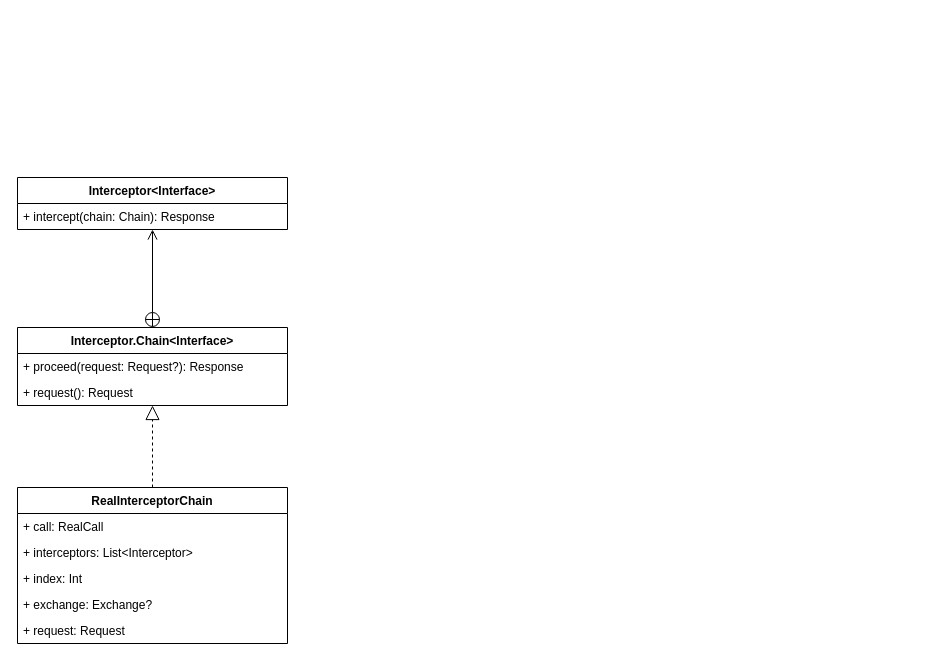
Before: OkHttp-Interceptor-Chain.drawio in Eanam/PointlessDiagram, a draw.io diagram. Source tidied: cells renumbered, new cells numbered last; positions are measured from the earlier drawing's top-left corner, leaving out a move shared by most shapes. Both pictures are drawn from the tidied source at 100%, with x=0, y=0 at pixel (17, 177).
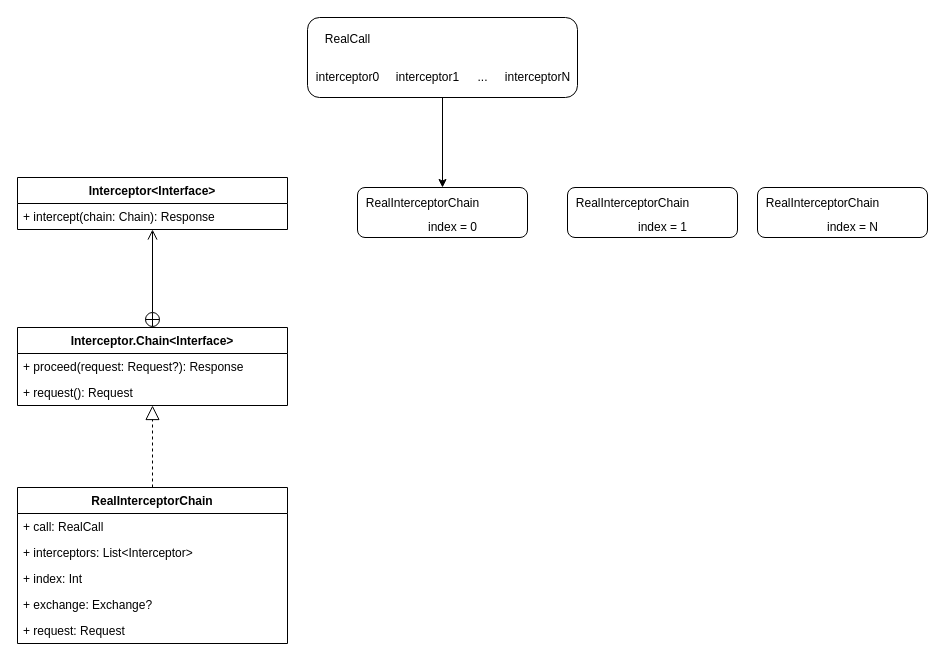
After the change.

Change to the diagram source:
```diff
@@
+    <mxCell id="15" style="group;" parent="1" vertex="1">
+      <mxGeometry x="290" y="-160" width="270" height="80" as="geometry" />
+    </mxCell>
+    <mxCell id="16" style="rounded=1;whiteSpace=wrap;html=1;" parent="15" vertex="1">
+      <mxGeometry width="270" height="80" as="geometry" />
+    </mxCell>
+    <mxCell id="17" value="RealCall" style="text;html=1;align=center;verticalAlign=middle;strokeColor=none;fillColor=none;" parent="15" vertex="1">
+      <mxGeometry x="10" y="12" width="60" height="20" as="geometry" />
+    </mxCell>
+    <mxCell id="18" value="interceptor0" style="text;html=1;align=center;verticalAlign=middle;strokeColor=none;fillColor=none;" parent="15" vertex="1">
+      <mxGeometry y="50" width="80" height="20" as="geometry" />
+    </mxCell>
+    <mxCell id="19" value="interceptor1" style="text;html=1;align=center;verticalAlign=middle;strokeColor=none;fillColor=none;" parent="15" vertex="1">
+      <mxGeometry x="80" y="50" width="80" height="20" as="geometry" />
+    </mxCell>
+    <mxCell id="20" value="interceptorN" style="text;html=1;align=center;verticalAlign=middle;strokeColor=none;fillColor=none;" parent="15" vertex="1">
+      <mxGeometry x="190" y="50" width="80" height="20" as="geometry" />
+    </mxCell>
+    <mxCell id="21" value="..." style="text;html=1;align=center;verticalAlign=middle;strokeColor=none;fillColor=none;" parent="15" vertex="1">
+      <mxGeometry x="160" y="50" width="30" height="20" as="geometry" />
+    </mxCell>
+    <mxCell id="22" style="group;" parent="1" vertex="1">
+      <mxGeometry x="340" y="10" width="170" height="50" as="geometry" />
+    </mxCell>
+    <mxCell id="23" style="rounded=1;whiteSpace=wrap;html=1;" parent="22" vertex="1">
+      <mxGeometry width="170" height="50" as="geometry" />
+    </mxCell>
+    <mxCell id="24" value="RealInterceptorChain" style="text;html=1;align=center;verticalAlign=middle;strokeColor=none;fillColor=none;" parent="22" vertex="1">
+      <mxGeometry y="6" width="130" height="20" as="geometry" />
+    </mxCell>
+    <mxCell id="25" value="index = 0" style="text;html=1;align=center;verticalAlign=middle;strokeColor=none;fillColor=none;" parent="22" vertex="1">
+      <mxGeometry x="65" y="30" width="60" height="20" as="geometry" />
+    </mxCell>
+    <mxCell id="26" style="group;" parent="1" vertex="1">
+      <mxGeometry x="550" y="10" width="170" height="50" as="geometry" />
+    </mxCell>
+    <mxCell id="27" style="rounded=1;whiteSpace=wrap;html=1;" parent="26" vertex="1">
+      <mxGeometry width="170" height="50" as="geometry" />
+    </mxCell>
+    <mxCell id="28" value="RealInterceptorChain" style="text;html=1;align=center;verticalAlign=middle;strokeColor=none;fillColor=none;" parent="26" vertex="1">
+      <mxGeometry y="6" width="130" height="20" as="geometry" />
+    </mxCell>
+    <mxCell id="29" value="index = 1" style="text;html=1;align=center;verticalAlign=middle;strokeColor=none;fillColor=none;" parent="26" vertex="1">
+      <mxGeometry x="65" y="30" width="60" height="20" as="geometry" />
+    </mxCell>
+    <mxCell id="30" style="group;" parent="1" vertex="1">
+      <mxGeometry x="740" y="10" width="170" height="50" as="geometry" />
+    </mxCell>
+    <mxCell id="31" style="rounded=1;whiteSpace=wrap;html=1;" parent="30" vertex="1">
+      <mxGeometry width="170" height="50" as="geometry" />
+    </mxCell>
+    <mxCell id="32" value="RealInterceptorChain" style="text;html=1;align=center;verticalAlign=middle;strokeColor=none;fillColor=none;" parent="30" vertex="1">
+      <mxGeometry y="6" width="130" height="20" as="geometry" />
+    </mxCell>
+    <mxCell id="33" value="index = N" style="text;html=1;align=center;verticalAlign=middle;strokeColor=none;fillColor=none;" parent="30" vertex="1">
+      <mxGeometry x="60" y="30" width="70" height="20" as="geometry" />
+    </mxCell>
+    <mxCell id="34" style="edgeStyle=orthogonalEdgeStyle;rounded=0;jettySize=auto;html=1;entryX=0.5;entryY=0;entryDx=0;entryDy=0;" parent="1" edge="1" source="16" target="23">
+      <mxGeometry relative="1" as="geometry" />
+    </mxCell>
```
